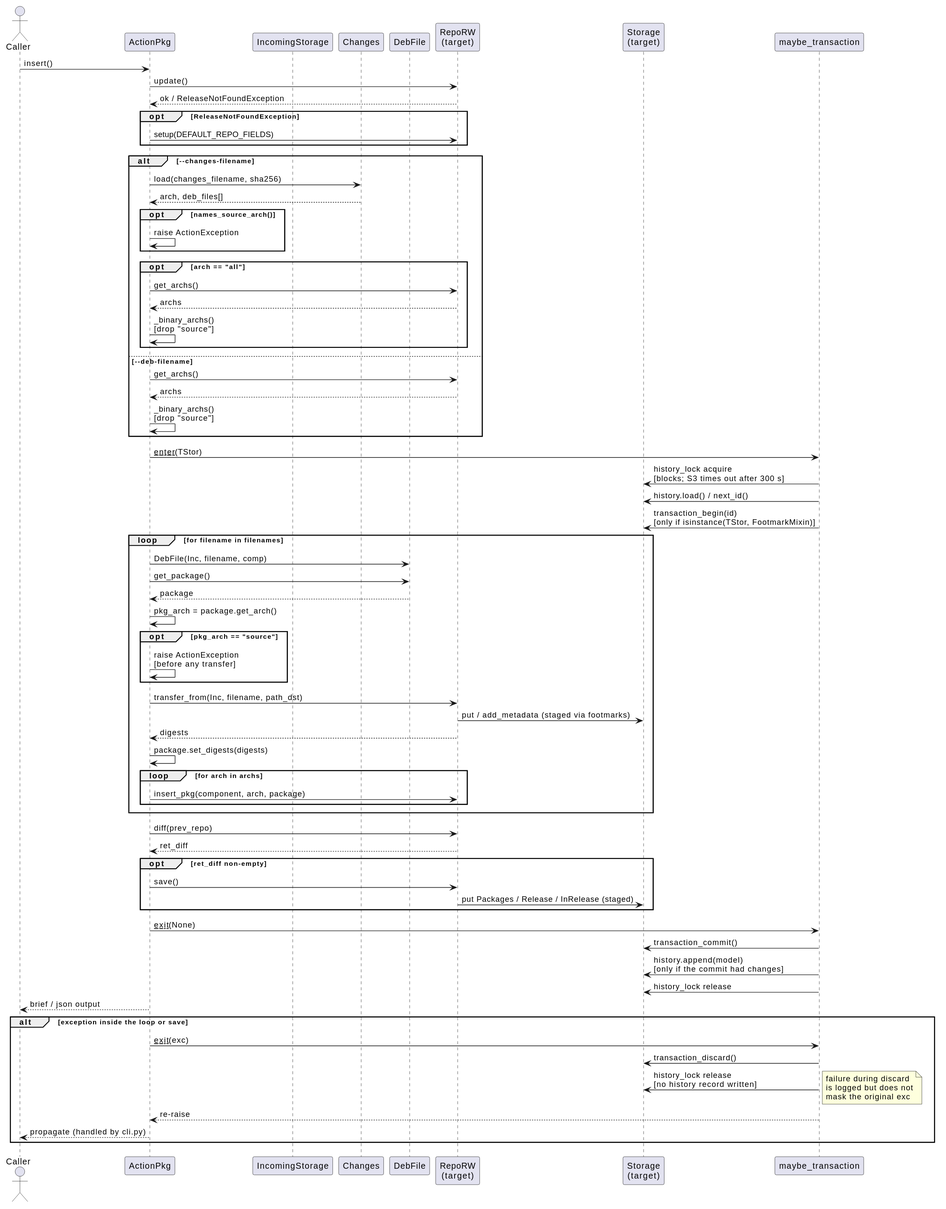
Earlier version of the PlantUML export docs/development/diagrams/action-pkg-insert-sequence.svg (vinklat/debkit). Its source is kept beside it as docs/development/diagrams/action-pkg-insert-sequence.puml.
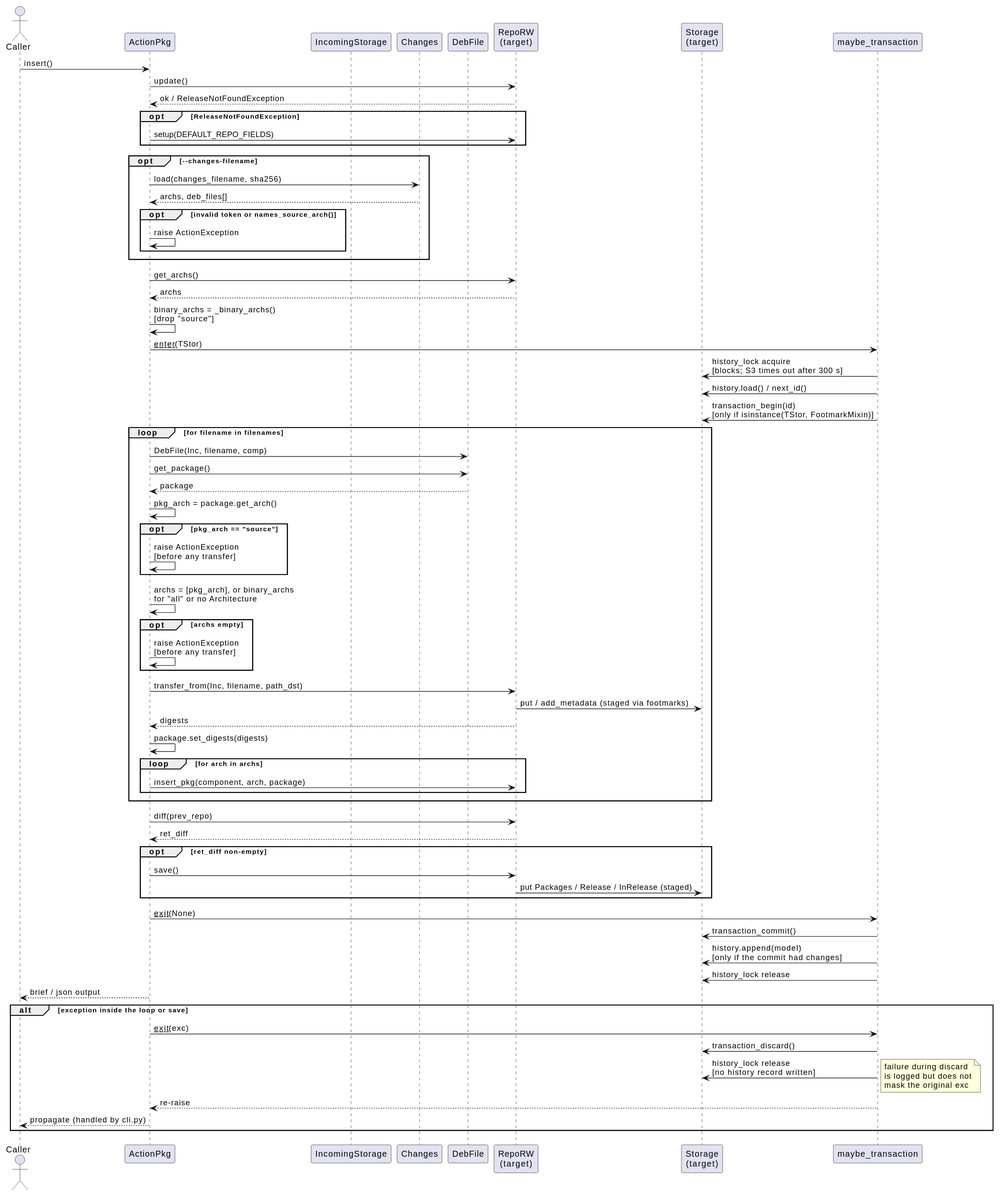
Above is the later version.

Commit message:
Target each inserted .deb by its own control architecture

What changed in the source:
```diff
@@ -16,22 +16,16 @@
   ActionPkg -> Tgt: setup(DEFAULT_REPO_FIELDS)
 end
 
-alt --changes-filename
+opt --changes-filename
   ActionPkg -> Chg: load(changes_filename, sha256)
-  Chg --> ActionPkg: arch, deb_files[]
-  opt names_source_arch()
+  Chg --> ActionPkg: archs, deb_files[]
+  opt invalid token or names_source_arch()
     ActionPkg -> ActionPkg: raise ActionException
   end
-  opt arch == "all"
-    ActionPkg -> Tgt: get_archs()
-    Tgt --> ActionPkg: archs
-    ActionPkg -> ActionPkg: _binary_archs()\n[drop "source"]
-  end
-else --deb-filename
-  ActionPkg -> Tgt: get_archs()
-  Tgt --> ActionPkg: archs
-  ActionPkg -> ActionPkg: _binary_archs()\n[drop "source"]
 end
+ActionPkg -> Tgt: get_archs()
+Tgt --> ActionPkg: archs
+ActionPkg -> ActionPkg: binary_archs = _binary_archs()\n[drop "source"]
 
 ActionPkg -> CM: __enter__(TStor)
 CM -> TStor: history_lock acquire\n[blocks; S3 times out after 300 s]
@@ -44,6 +38,10 @@
   Df --> ActionPkg: package
   ActionPkg -> ActionPkg: pkg_arch = package.get_arch()
   opt pkg_arch == "source"
+    ActionPkg -> ActionPkg: raise ActionException\n[before any transfer]
+  end
+  ActionPkg -> ActionPkg: archs = [pkg_arch], or binary_archs\nfor "all" or no Architecture
+  opt archs empty
     ActionPkg -> ActionPkg: raise ActionException\n[before any transfer]
   end
   ActionPkg -> Tgt: transfer_from(Inc, filename, path_dst)
```
